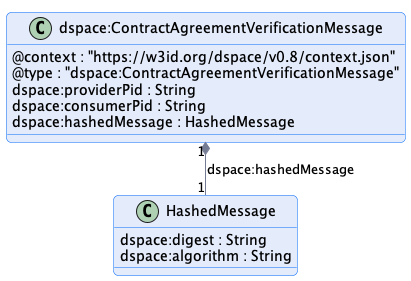
Above: negotiation/message/diagram/contract-agreement-message.png in International-Data-Spaces-Association/ids-specification (PlantUML), before the change.
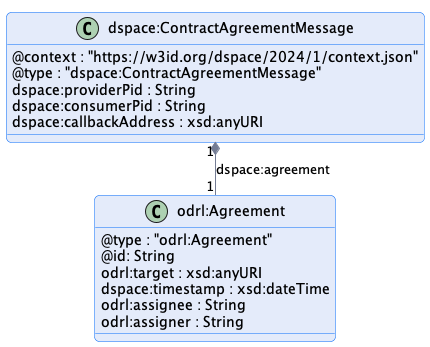
The same file after the commit.

Diff of the diagram source:
```diff
@@ -1,4 +1,4 @@
-@startuml "contract-agreement-verification-message"
+@startuml "contract-agreement-message"
 !pragma layout smetana
 
 !include ../../../common/style/diagram.styles.puml
@@ -6,19 +6,23 @@
 hide empty description
 
 
-class "dspace:ContractAgreementVerificationMessage" {
-    @context : "https://w3id.org/dspace/v0.8/context.json"
-    @type : "dspace:ContractAgreementVerificationMessage"
+class "dspace:ContractAgreementMessage" {
+    @context : "https://w3id.org/dspace/2024/1/context.json"
+    @type : "dspace:ContractAgreementMessage"
     dspace:providerPid : String
     dspace:consumerPid : String
-    dspace:hashedMessage : HashedMessage
+    dspace:callbackAddress : xsd:anyURI
 }
 
-class HashedMessage {
-    dspace:digest : String
-    dspace:algorithm : String
+class odrl:Agreement {
+    @type : "odrl:Agreement"
+    @id: String
+    odrl:target : xsd:anyURI
+    dspace:timestamp : xsd:dateTime
+    odrl:assignee : String
+    odrl:assigner : String
 }
 
-"dspace:ContractAgreementVerificationMessage" "1" *-- "1" "HashedMessage" : "dspace:hashedMessage"
+"dspace:ContractAgreementMessage" "1" *-- "1" "odrl:Agreement" : "dspace:agreement"
 
 @enduml
```
